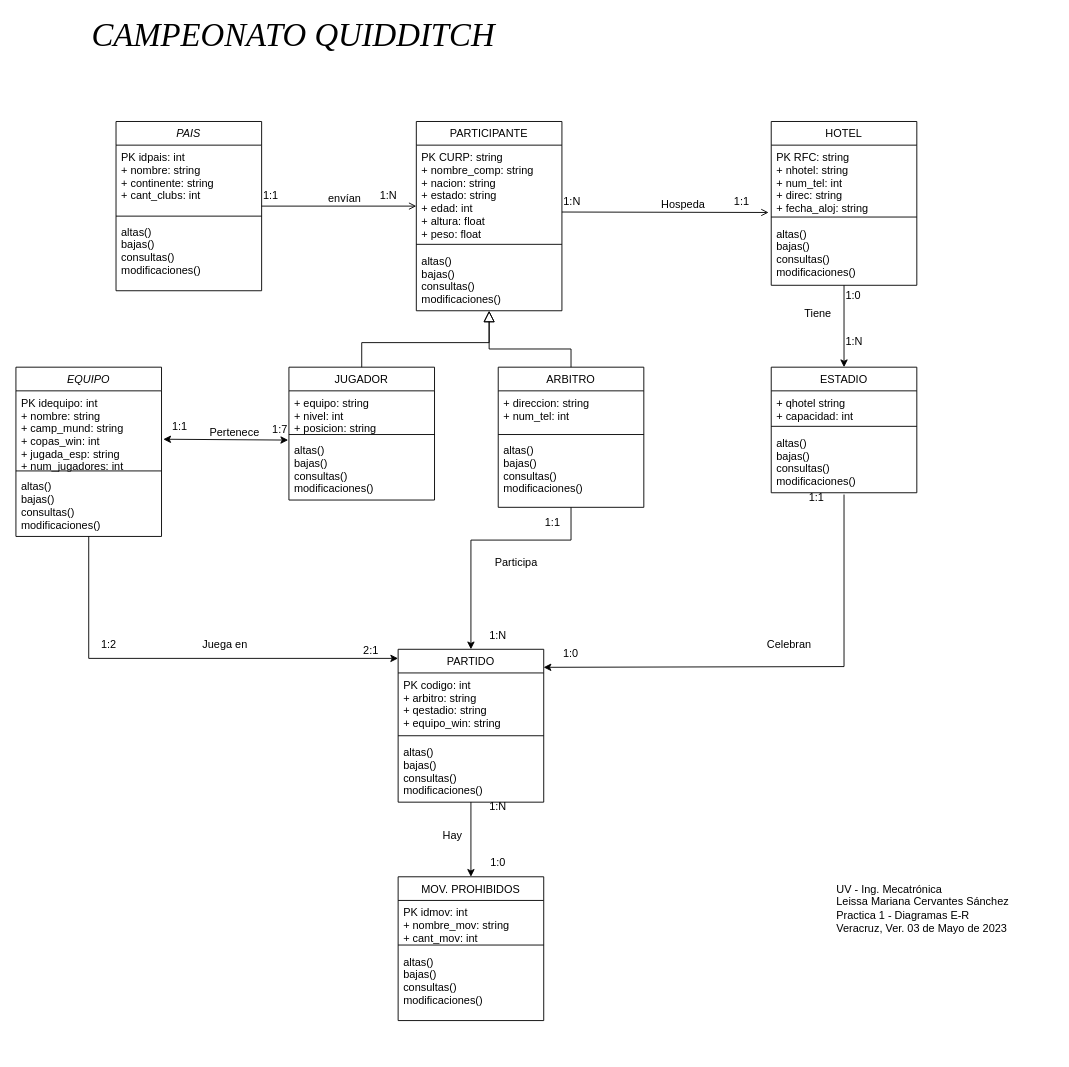
This is Proyecto/1er_avance_LMCS.drawio from leissacerv/TAI, a draw.io file, before an edit. Source tidied: cells renumbered, new cells numbered last; positions are measured from the earlier drawing's top-left corner, leaving out a move shared by most shapes. Both pictures are drawn from the tidied source at 91%, with x=0, y=0 at pixel (15, 21).
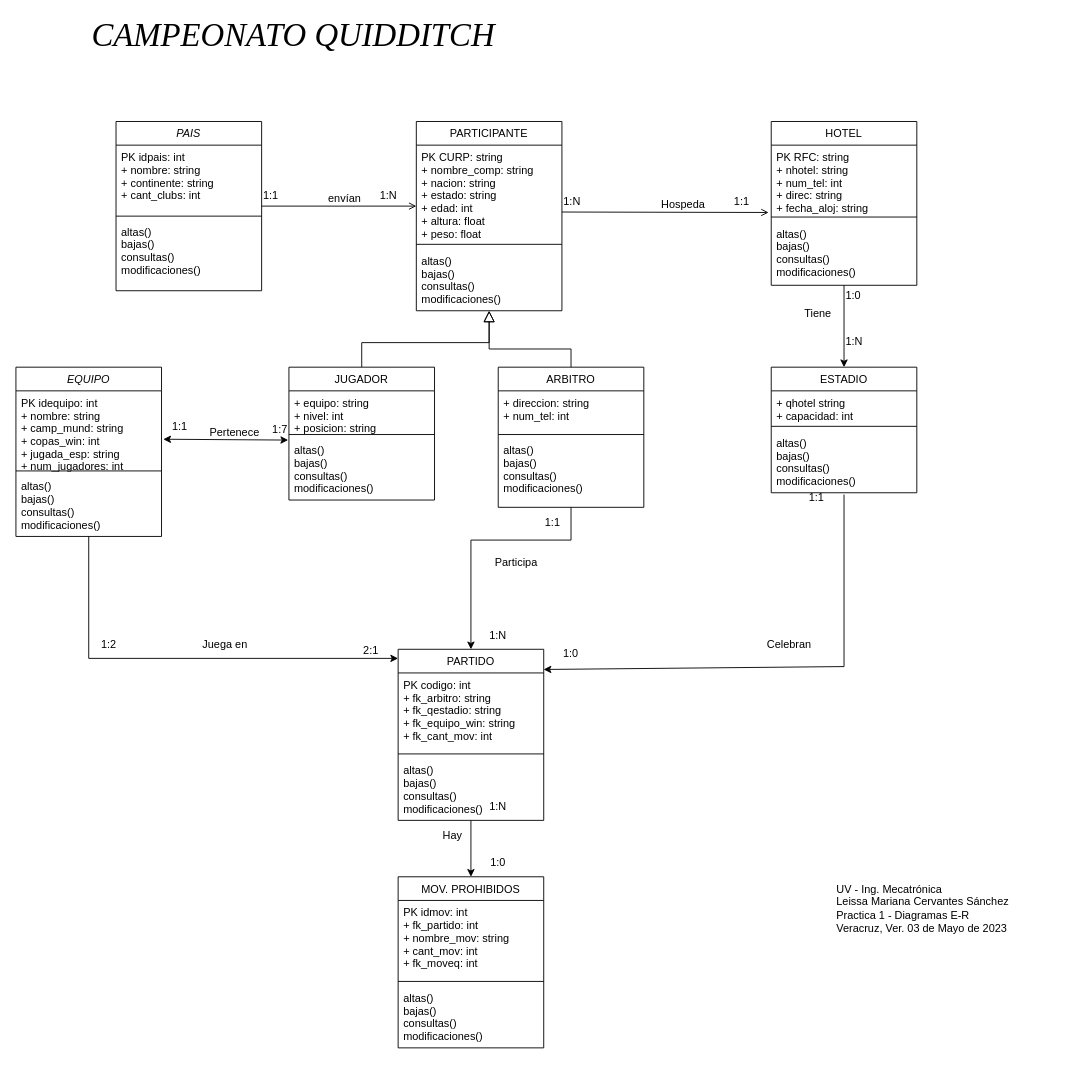
The same diagram, later.

Change to the diagram source:
```diff
@@
     <mxCell id="48" value="PARTIDO" style="swimlane;fontStyle=0;align=center;verticalAlign=top;horizontal=1;startSize=26;rounded=0;shadow=0;strokeWidth=1;" parent="1" vertex="1">
-      <mxGeometry x="420" y="690" width="160" height="168" as="geometry" />
+      <mxGeometry x="420" y="690" width="160" height="188" as="geometry" />
     </mxCell>
-    <mxCell id="49" value="PK codigo: int&#10;+ arbitro: string&#10;+ qestadio: string&#10;+ equipo_win: string" style="text;align=left;verticalAlign=top;spacingLeft=4;spacingRight=4;overflow=hidden;" parent="48" vertex="1">
-      <mxGeometry y="26" width="160" height="64" as="geometry" />
+    <mxCell id="49" value="PK codigo: int&#10;+ fk_arbitro: string&#10;+ fk_qestadio: string&#10;+ fk_equipo_win: string&#10;+ fk_cant_mov: int" style="text;align=left;verticalAlign=top;spacingLeft=4;spacingRight=4;overflow=hidden;" parent="48" vertex="1">
+      <mxGeometry y="26" width="160" height="84" as="geometry" />
     </mxCell>
     <mxCell id="50" style="line;html=1;strokeWidth=1;align=left;verticalAlign=middle;spacingTop=-1;spacingLeft=3;spacingRight=3;labelPosition=right;" parent="48" vertex="1">
-      <mxGeometry y="90" width="160" height="10" as="geometry" />
+      <mxGeometry y="110" width="160" height="10" as="geometry" />
     </mxCell>
     <mxCell id="51" value="altas()&#10;bajas()&#10;consultas()&#10;modificaciones()&#10;" style="text;align=left;verticalAlign=top;spacingLeft=4;spacingRight=4;overflow=hidden;" parent="48" vertex="1">
-      <mxGeometry y="100" width="160" height="68" as="geometry" />
+      <mxGeometry y="120" width="160" height="68" as="geometry" />
     </mxCell>
@@
     <mxCell id="64" value="MOV. PROHIBIDOS" style="swimlane;fontStyle=0;align=center;verticalAlign=top;horizontal=1;startSize=26;rounded=0;shadow=0;strokeWidth=1;" parent="1" vertex="1">
-      <mxGeometry x="420" y="940" width="160" height="158" as="geometry" />
+      <mxGeometry x="420" y="940" width="160" height="188" as="geometry" />
     </mxCell>
-    <mxCell id="65" value="PK idmov: int&#10;+ nombre_mov: string&#10;+ cant_mov: int" style="text;align=left;verticalAlign=top;spacingLeft=4;spacingRight=4;overflow=hidden;" parent="64" vertex="1">
-      <mxGeometry y="26" width="160" height="44" as="geometry" />
+    <mxCell id="65" value="PK idmov: int&#10;+ fk_partido: int&#10;+ nombre_mov: string&#10;+ cant_mov: int&#10;+ fk_moveq: int" style="text;align=left;verticalAlign=top;spacingLeft=4;spacingRight=4;overflow=hidden;" parent="64" vertex="1">
+      <mxGeometry y="26" width="160" height="84" as="geometry" />
     </mxCell>
     <mxCell id="66" style="line;html=1;strokeWidth=1;align=left;verticalAlign=middle;spacingTop=-1;spacingLeft=3;spacingRight=3;labelPosition=right;" parent="64" vertex="1">
-      <mxGeometry y="70" width="160" height="10" as="geometry" />
+      <mxGeometry y="110" width="160" height="10" as="geometry" />
     </mxCell>
     <mxCell id="67" value="altas()&#10;bajas()&#10;consultas()&#10;modificaciones()&#10;" style="text;align=left;verticalAlign=top;spacingLeft=4;spacingRight=4;overflow=hidden;" parent="64" vertex="1">
-      <mxGeometry y="80" width="160" height="68" as="geometry" />
+      <mxGeometry y="120" width="160" height="68" as="geometry" />
     </mxCell>
```
